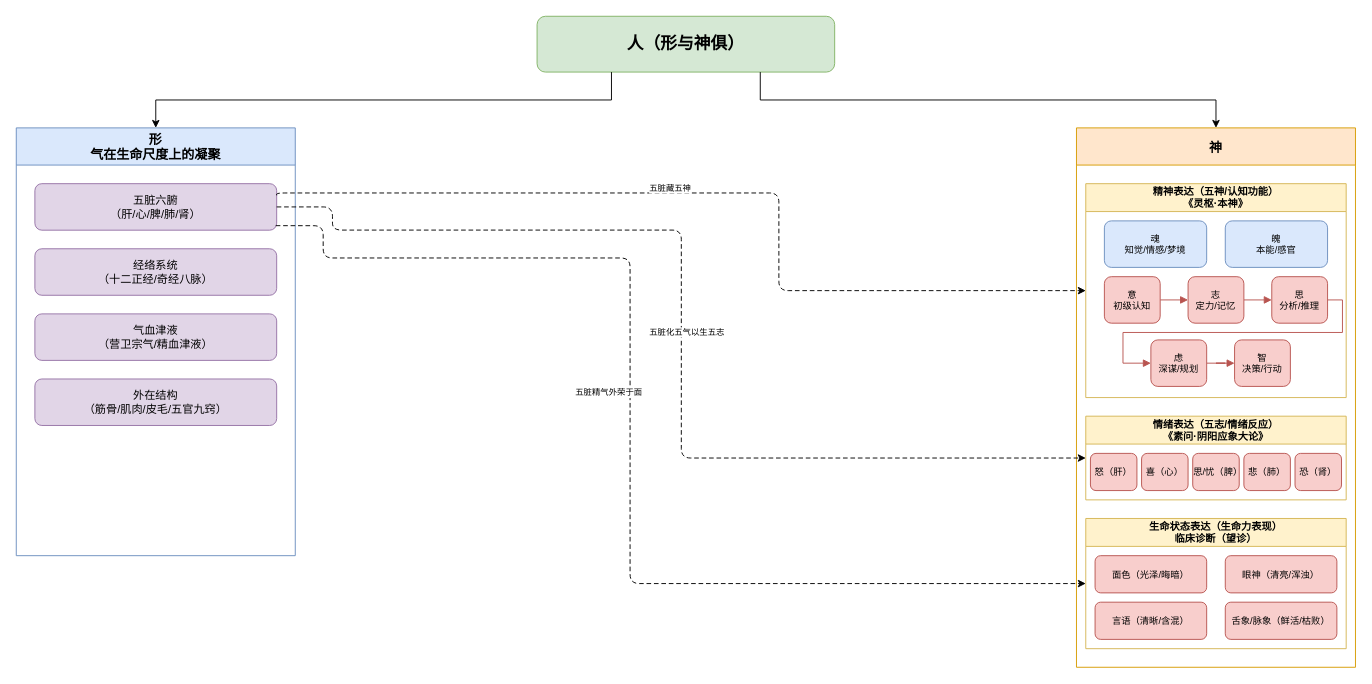
Before: 神与形俱.drawio in JiangYan0409/MyGit, a draw.io diagram. Source tidied: cells renumbered, new cells numbered last; positions are measured from the earlier drawing's top-left corner, leaving out a move shared by most shapes. Both pictures are drawn from the tidied source at 93%, with x=0, y=0 at pixel (16, 16).
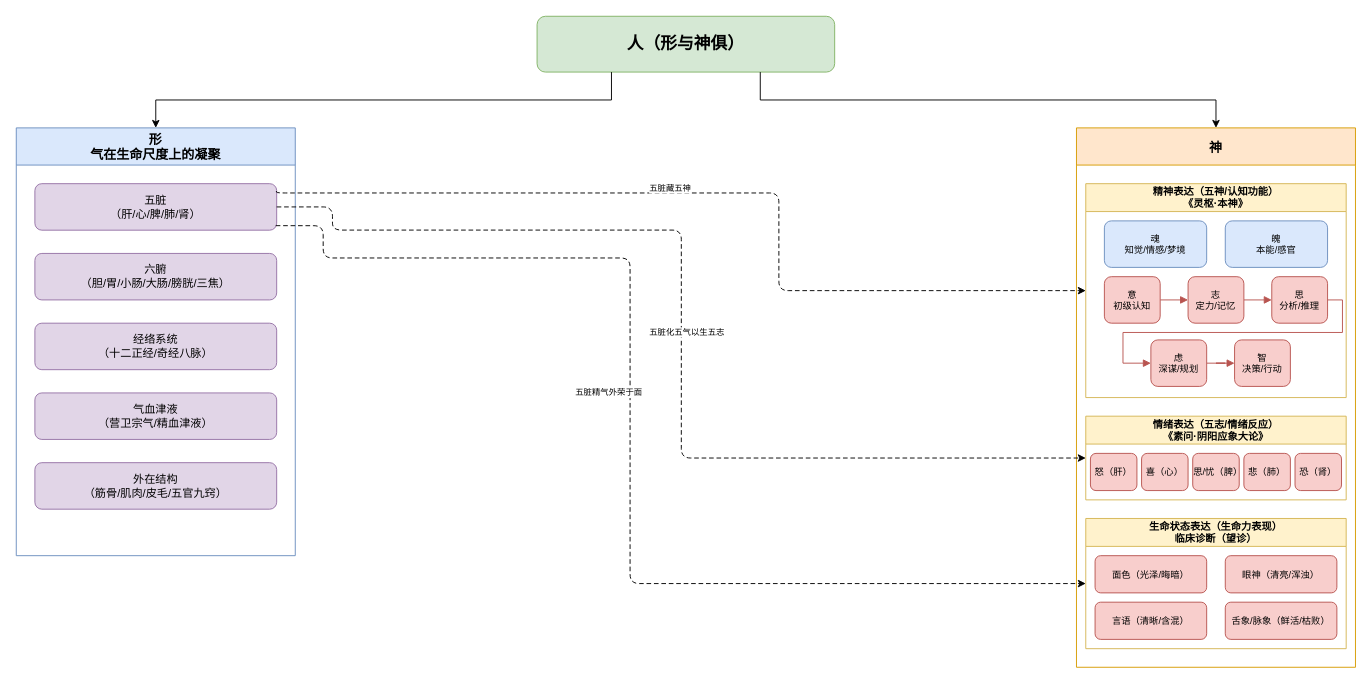
The same diagram, later.

Commit message (it also covers changes not shown here):
更新神与形俱.drawio

Unchanged cells that the change refers to:
```xml
<mxCell id="3" value="形&#10;气在生命尺度上的凝聚" style="swimlane;startSize=40;fontSize=14;fillColor=#dae8fc;strokeColor=#6c8ebf;" parent="1" vertex="1">
  <mxGeometry y="120" width="300" height="460" as="geometry" />
</mxCell>
<mxCell id="9" value="精神表达（五神/认知功能）&#10;《灵枢·本神》" style="swimlane;startSize=30;fontSize=11;fillColor=#fff2cc;strokeColor=#d6b656;" parent="8" vertex="1">
  <mxGeometry x="10" y="60" width="280" height="230" as="geometry" />
</mxCell>
```

The edit, as a diff of the source:
```diff
@@
-    <mxCell id="4" value="五脏六腑&#10;（肝/心/脾/肺/肾）" style="rounded=1;whiteSpace=wrap;html=1;fontSize=12;fillColor=#e1d5e7;strokeColor=#9673a6;" parent="3" vertex="1">
+    <mxCell id="4" value="五脏&lt;br&gt;（肝/心/脾/肺/肾）" style="rounded=1;whiteSpace=wrap;html=1;fontSize=12;fillColor=#e1d5e7;strokeColor=#9673a6;" parent="3" vertex="1">
       <mxGeometry x="20" y="60" width="260" height="50" as="geometry" />
     </mxCell>
     <mxCell id="5" value="经络系统&#10;（十二正经/奇经八脉）" style="rounded=1;whiteSpace=wrap;html=1;fontSize=12;fillColor=#e1d5e7;strokeColor=#9673a6;" parent="3" vertex="1">
-      <mxGeometry x="20" y="130" width="260" height="50" as="geometry" />
+      <mxGeometry x="20" y="210" width="260" height="50" as="geometry" />
     </mxCell>
     <mxCell id="6" value="气血津液&#10;（营卫宗气/精血津液）" style="rounded=1;whiteSpace=wrap;html=1;fontSize=12;fillColor=#e1d5e7;strokeColor=#9673a6;" parent="3" vertex="1">
-      <mxGeometry x="20" y="200" width="260" height="50" as="geometry" />
+      <mxGeometry x="20" y="285" width="260" height="50" as="geometry" />
     </mxCell>
     <mxCell id="7" value="外在结构&#10;（筋骨/肌肉/皮毛/五官九窍）" style="rounded=1;whiteSpace=wrap;html=1;fontSize=12;fillColor=#e1d5e7;strokeColor=#9673a6;" parent="3" vertex="1">
-      <mxGeometry x="20" y="270" width="260" height="50" as="geometry" />
+      <mxGeometry x="20" y="360" width="260" height="50" as="geometry" />
     </mxCell>
+    <mxCell id="40" value="六腑&lt;br&gt;（胆/胃/小肠/大肠/膀胱/三焦）" style="rounded=1;whiteSpace=wrap;html=1;fontSize=12;fillColor=#e1d5e7;strokeColor=#9673a6;" parent="3" vertex="1">
+      <mxGeometry x="20" y="135" width="260" height="50" as="geometry" />
+    </mxCell>
@@
-    <mxCell id="23" style="edgeStyle=orthogonalEdgeStyle;html=1;dashed=1;dashPattern=5 3;exitX=1;exitY=0.25;exitDx=0;exitDy=0;entryX=0;entryY=0.5;entryDx=0;entryDy=0;" parent="1" edge="1" source="4" target="9">
+    <mxCell id="23" style="edgeStyle=orthogonalEdgeStyle;html=1;dashed=1;dashPattern=5 3;exitX=0.999;exitY=0.159;exitDx=0;exitDy=0;entryX=0;entryY=0.5;entryDx=0;entryDy=0;exitPerimeter=0;" parent="1" edge="1" source="4" target="9">
       <mxGeometry relative="1" as="geometry">
         <Array as="points">
-          <mxPoint x="280" y="190" />
+          <mxPoint x="279.7" y="190" />
           <mxPoint x="820" y="190" />
           <mxPoint x="820" y="295" />
         </Array>
       </mxGeometry>
     </mxCell>
```
